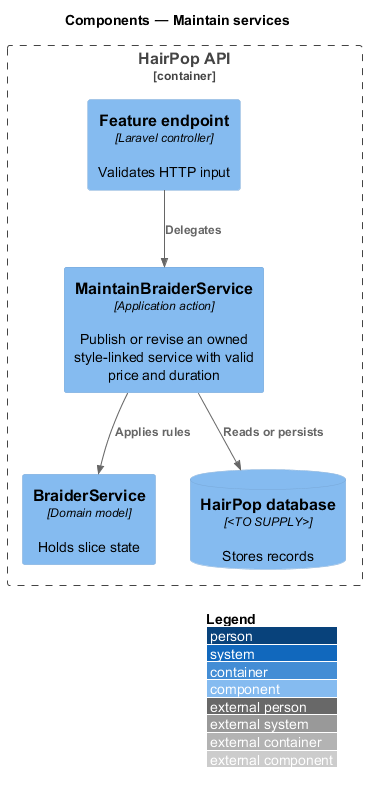
Above: docs/detailed-designs/offerings/maintain-services/diagrams/c4-component.png in QuinntyneBrown/HairPop (PlantUML), before the change. Source of this version:
```plantuml
@startuml
!include <C4/C4_Component>
LAYOUT_WITH_LEGEND()
title Components — Maintain services
Container_Boundary(api, "HairPop API") {
  Component(endpoint, "Feature endpoint", "Laravel controller", "Validates HTTP input")
  Component(action, "MaintainBraiderService", "Application action", "Publish or revise an owned style-linked service with valid price and duration")
  Component(model, "BraiderService", "Domain model", "Holds slice state")
  ComponentDb(db, "HairPop database", "<TO SUPPLY>", "Stores records")
}
Rel(endpoint, action, "Delegates")
Rel(action, model, "Applies rules")
Rel(action, db, "Reads or persists")
@enduml
```
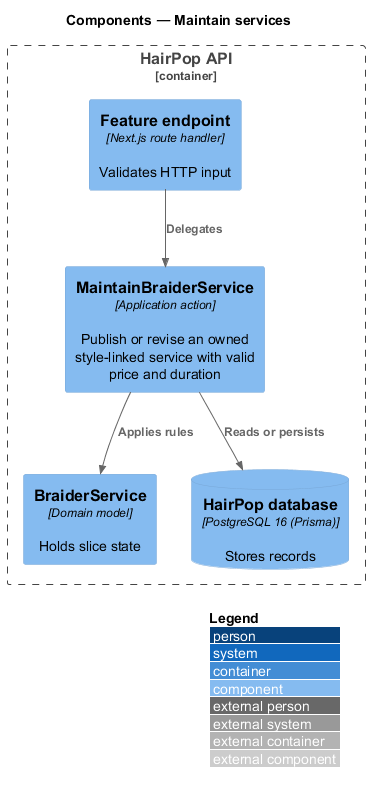
The same file after the commit.

Change to the diagram source:
```diff
@@ -3,10 +3,10 @@
 LAYOUT_WITH_LEGEND()
 title Components — Maintain services
 Container_Boundary(api, "HairPop API") {
-  Component(endpoint, "Feature endpoint", "Laravel controller", "Validates HTTP input")
+  Component(endpoint, "Feature endpoint", "Next.js route handler", "Validates HTTP input")
   Component(action, "MaintainBraiderService", "Application action", "Publish or revise an owned style-linked service with valid price and duration")
   Component(model, "BraiderService", "Domain model", "Holds slice state")
-  ComponentDb(db, "HairPop database", "<TO SUPPLY>", "Stores records")
+  ComponentDb(db, "HairPop database", "PostgreSQL 16 (Prisma)", "Stores records")
 }
 Rel(endpoint, action, "Delegates")
 Rel(action, model, "Applies rules")
```
